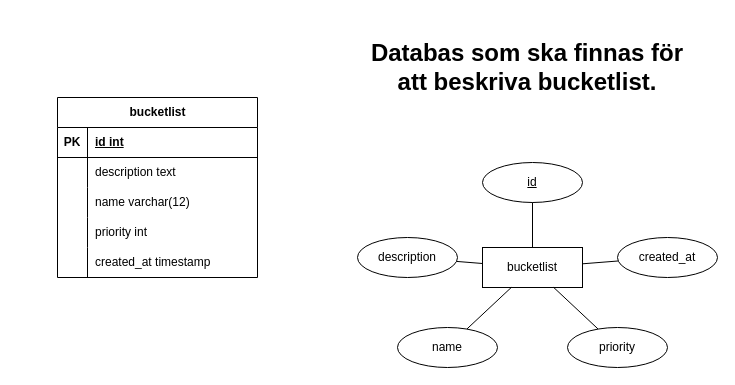
The draw.io diagram diagram/er.drawio in filipbergander/laboration2-php, before the edit. Source tidied: cells renumbered, new cells numbered last; positions are measured from the earlier drawing's top-left corner, leaving out a move shared by most shapes. Both pictures are drawn from the tidied source at 100%, with x=0, y=0 at pixel (57, 17).
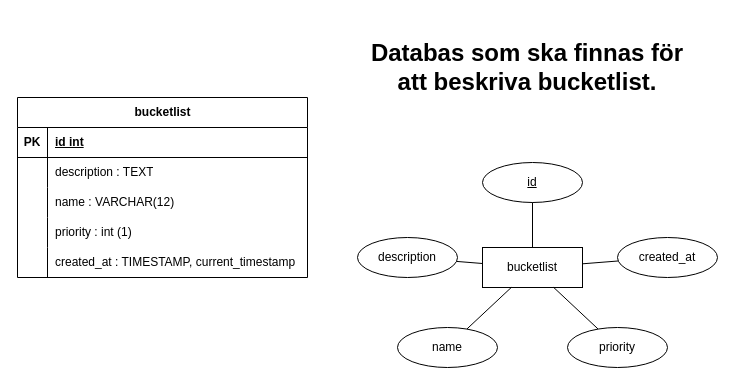
After the change.

What changed in the source:
```diff
@@
     <mxCell id="14" value="bucketlist" style="shape=table;startSize=30;childLayout=tableLayout;rowLines=0;fontStyle=1;align=center;html=1;" parent="1" vertex="1">
-      <mxGeometry y="80" width="200" height="180" as="geometry" />
+      <mxGeometry x="-40" y="80" width="290" height="180" as="geometry" />
     </mxCell>
     <mxCell id="15" style="shape=tableRow;horizontal=0;startSize=0;swimlaneHead=0;swimlaneBody=0;fillColor=none;top=0;left=0;right=0;bottom=1;" parent="14" vertex="1">
-      <mxGeometry y="30" width="200" height="30" as="geometry" />
+      <mxGeometry y="30" width="290" height="30" as="geometry" />
     </mxCell>
@@
     <mxCell id="17" value="id int" style="shape=partialRectangle;fillColor=none;top=0;left=0;bottom=0;right=0;align=left;spacingLeft=6;fontStyle=5;overflow=hidden;whiteSpace=wrap;html=1;" parent="15" vertex="1">
-      <mxGeometry x="30" width="170" height="30" as="geometry" />
+      <mxGeometry x="30" width="260" height="30" as="geometry" />
     </mxCell>
     <mxCell id="18" style="shape=tableRow;horizontal=0;startSize=0;swimlaneHead=0;swimlaneBody=0;fillColor=none;top=0;left=0;right=0;bottom=0;" parent="14" vertex="1">
-      <mxGeometry y="60" width="200" height="30" as="geometry" />
+      <mxGeometry y="60" width="290" height="30" as="geometry" />
     </mxCell>
@@
-    <mxCell id="20" value="description text" style="shape=partialRectangle;fillColor=none;top=0;left=0;bottom=0;right=0;align=left;spacingLeft=6;overflow=hidden;whiteSpace=wrap;html=1;" parent="18" vertex="1">
-      <mxGeometry x="30" width="170" height="30" as="geometry" />
+    <mxCell id="20" value="description : TEXT" style="shape=partialRectangle;fillColor=none;top=0;left=0;bottom=0;right=0;align=left;spacingLeft=6;overflow=hidden;whiteSpace=wrap;html=1;" parent="18" vertex="1">
+      <mxGeometry x="30" width="260" height="30" as="geometry" />
     </mxCell>
     <mxCell id="21" style="shape=tableRow;horizontal=0;startSize=0;swimlaneHead=0;swimlaneBody=0;fillColor=none;top=0;left=0;right=0;bottom=0;" parent="14" vertex="1">
-      <mxGeometry y="90" width="200" height="30" as="geometry" />
+      <mxGeometry y="90" width="290" height="30" as="geometry" />
     </mxCell>
@@
-    <mxCell id="23" value="name varchar(12)" style="shape=partialRectangle;fillColor=none;top=0;left=0;bottom=0;right=0;align=left;spacingLeft=6;overflow=hidden;whiteSpace=wrap;html=1;" parent="21" vertex="1">
-      <mxGeometry x="30" width="170" height="30" as="geometry" />
+    <mxCell id="23" value="name : VARCHAR(12)" style="shape=partialRectangle;fillColor=none;top=0;left=0;bottom=0;right=0;align=left;spacingLeft=6;overflow=hidden;whiteSpace=wrap;html=1;" parent="21" vertex="1">
+      <mxGeometry x="30" width="260" height="30" as="geometry" />
     </mxCell>
     <mxCell id="24" style="shape=tableRow;horizontal=0;startSize=0;swimlaneHead=0;swimlaneBody=0;fillColor=none;top=0;left=0;right=0;bottom=0;" parent="14" vertex="1">
-      <mxGeometry y="120" width="200" height="30" as="geometry" />
+      <mxGeometry y="120" width="290" height="30" as="geometry" />
     </mxCell>
@@
-    <mxCell id="26" value="priority int" style="shape=partialRectangle;fillColor=none;top=0;left=0;bottom=0;right=0;align=left;spacingLeft=6;overflow=hidden;whiteSpace=wrap;html=1;" parent="24" vertex="1">
-      <mxGeometry x="30" width="170" height="30" as="geometry" />
+    <mxCell id="26" value="priority : int (1)" style="shape=partialRectangle;fillColor=none;top=0;left=0;bottom=0;right=0;align=left;spacingLeft=6;overflow=hidden;whiteSpace=wrap;html=1;" parent="24" vertex="1">
+      <mxGeometry x="30" width="260" height="30" as="geometry" />
     </mxCell>
     <mxCell id="27" style="shape=tableRow;horizontal=0;startSize=0;swimlaneHead=0;swimlaneBody=0;fillColor=none;top=0;left=0;right=0;bottom=0;" parent="14" vertex="1">
-      <mxGeometry y="150" width="200" height="30" as="geometry" />
+      <mxGeometry y="150" width="290" height="30" as="geometry" />
     </mxCell>
@@
-    <mxCell id="29" value="&lt;span style=&quot;color: rgb(0, 0, 0);&quot;&gt;created_at timestamp&lt;/span&gt;" style="shape=partialRectangle;fillColor=none;top=0;left=0;bottom=0;right=0;align=left;spacingLeft=6;overflow=hidden;whiteSpace=wrap;html=1;" parent="27" vertex="1">
-      <mxGeometry x="30" width="170" height="30" as="geometry" />
+    <mxCell id="29" value="&lt;span style=&quot;color: rgb(0, 0, 0);&quot;&gt;created_at : TIMESTAMP, current_timestamp&lt;/span&gt;" style="shape=partialRectangle;fillColor=none;top=0;left=0;bottom=0;right=0;align=left;spacingLeft=6;overflow=hidden;whiteSpace=wrap;html=1;" parent="27" vertex="1">
+      <mxGeometry x="30" width="260" height="30" as="geometry" />
     </mxCell>
```
